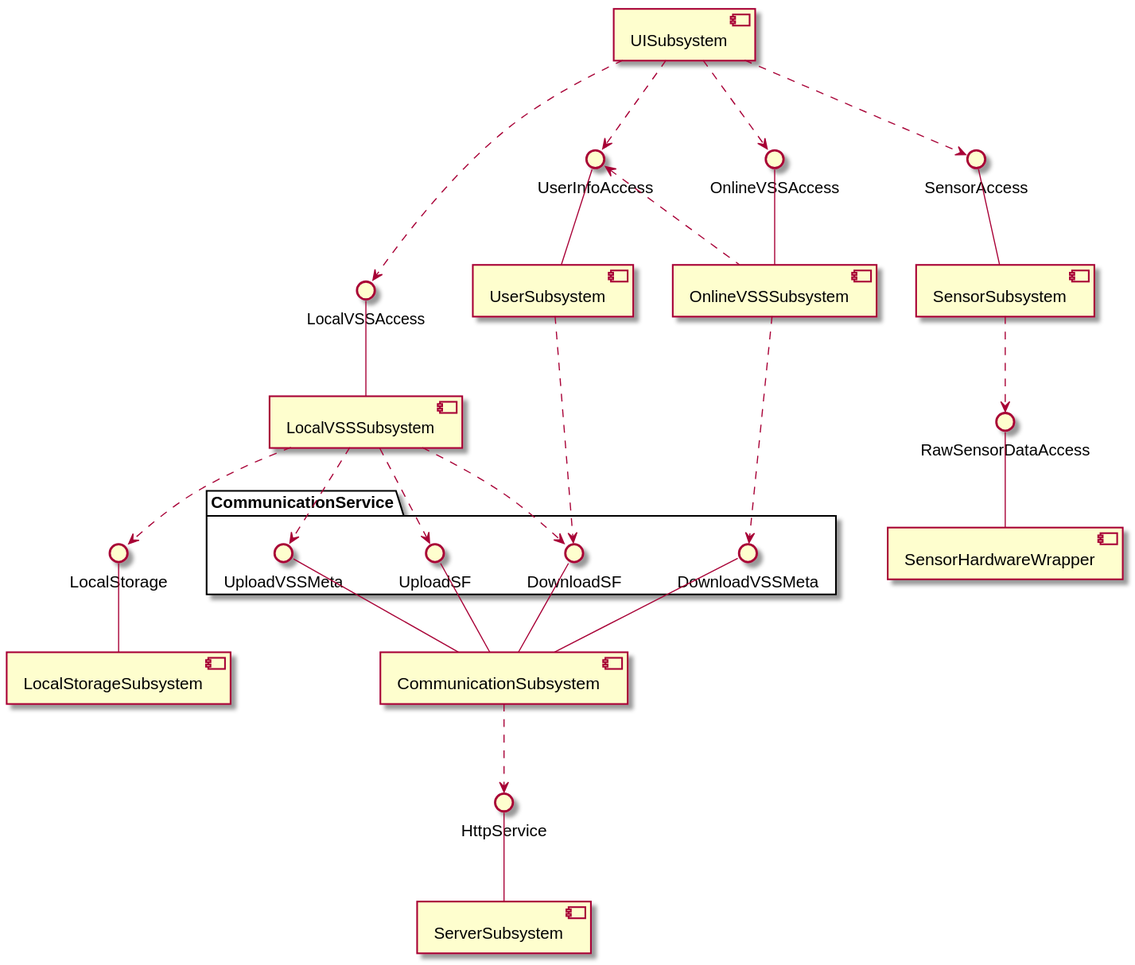
The PlantUML diagram 设计/Diagrams/SubsystemDecomposition.svg in kpp19920121/doc, before a commit.
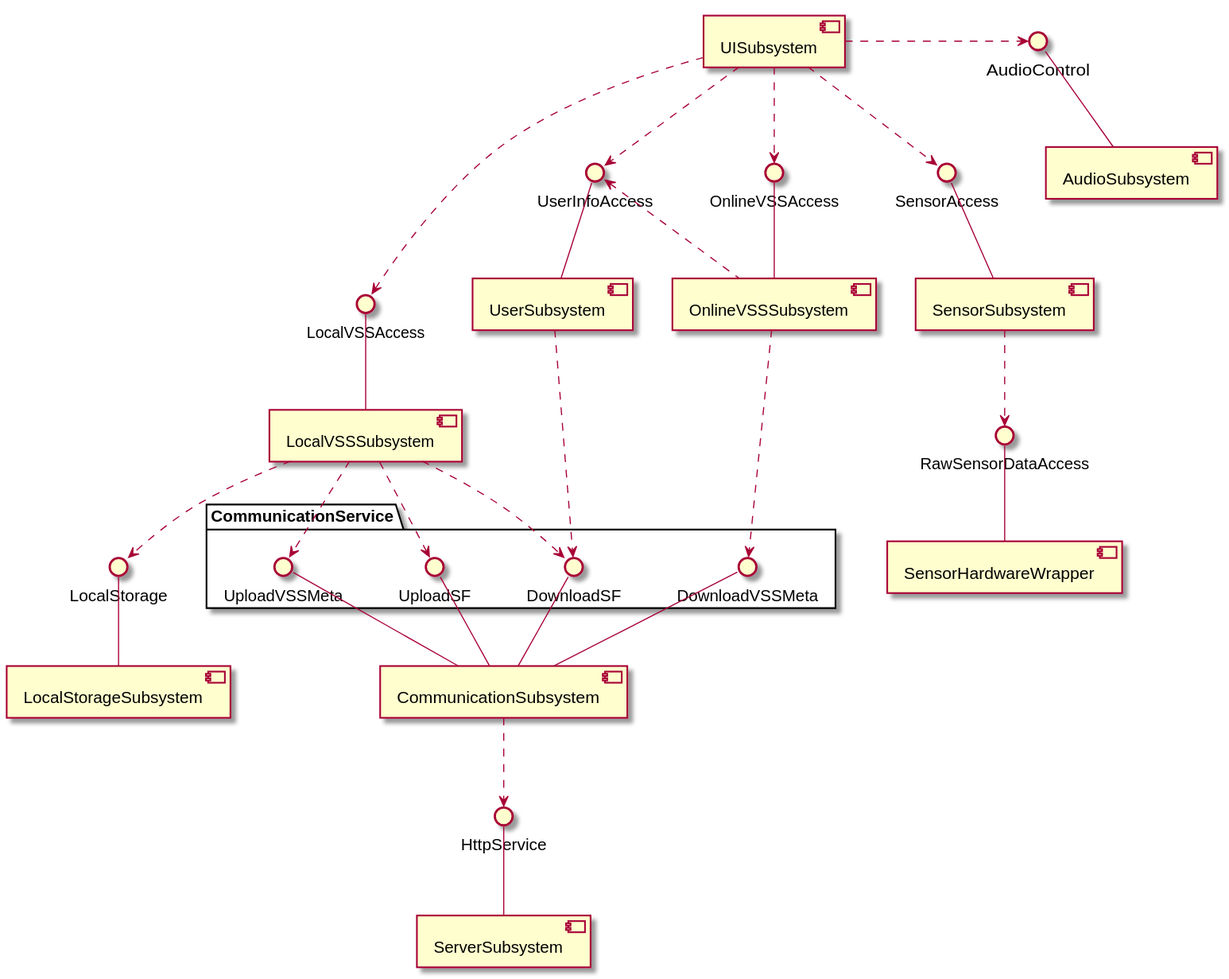
Later version of the same file.

Change to the diagram source:
```diff
@@ -8,6 +8,7 @@
 interface "UserInfoAccess" as UIA
 interface "OnlineVSSAccess" as OVA
 interface "LocalVSSAccess" as LVA
+interface "AudioControl" as AC
 
 
 
@@ -35,6 +36,8 @@
 
 [LocalStorageSubsystem] -up- LS
 [LocalVSSSubsystem] ..> LS
+[AudioSubsystem] -up- AC
+[UISubsystem] .-r.> AC
 
 
 UIA <. [OnlineVSSSubsystem]
```
